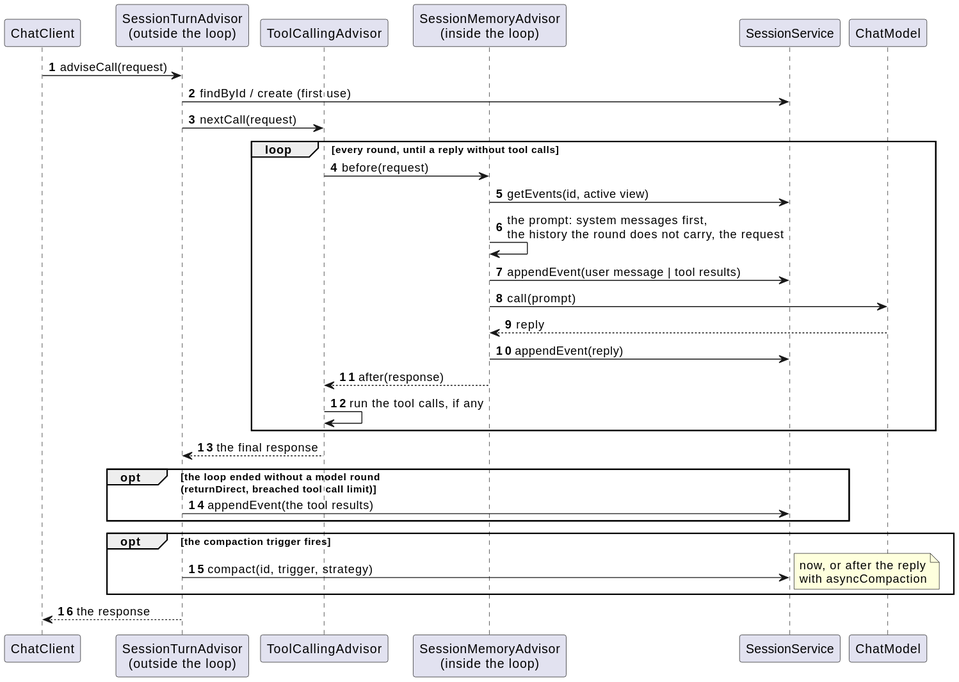
The PlantUML diagram spring-ai-docs/src/main/antora/modules/ROOT/images/session/session-chat-client-sequence.svg in spring-projects/spring-ai, before a commit.
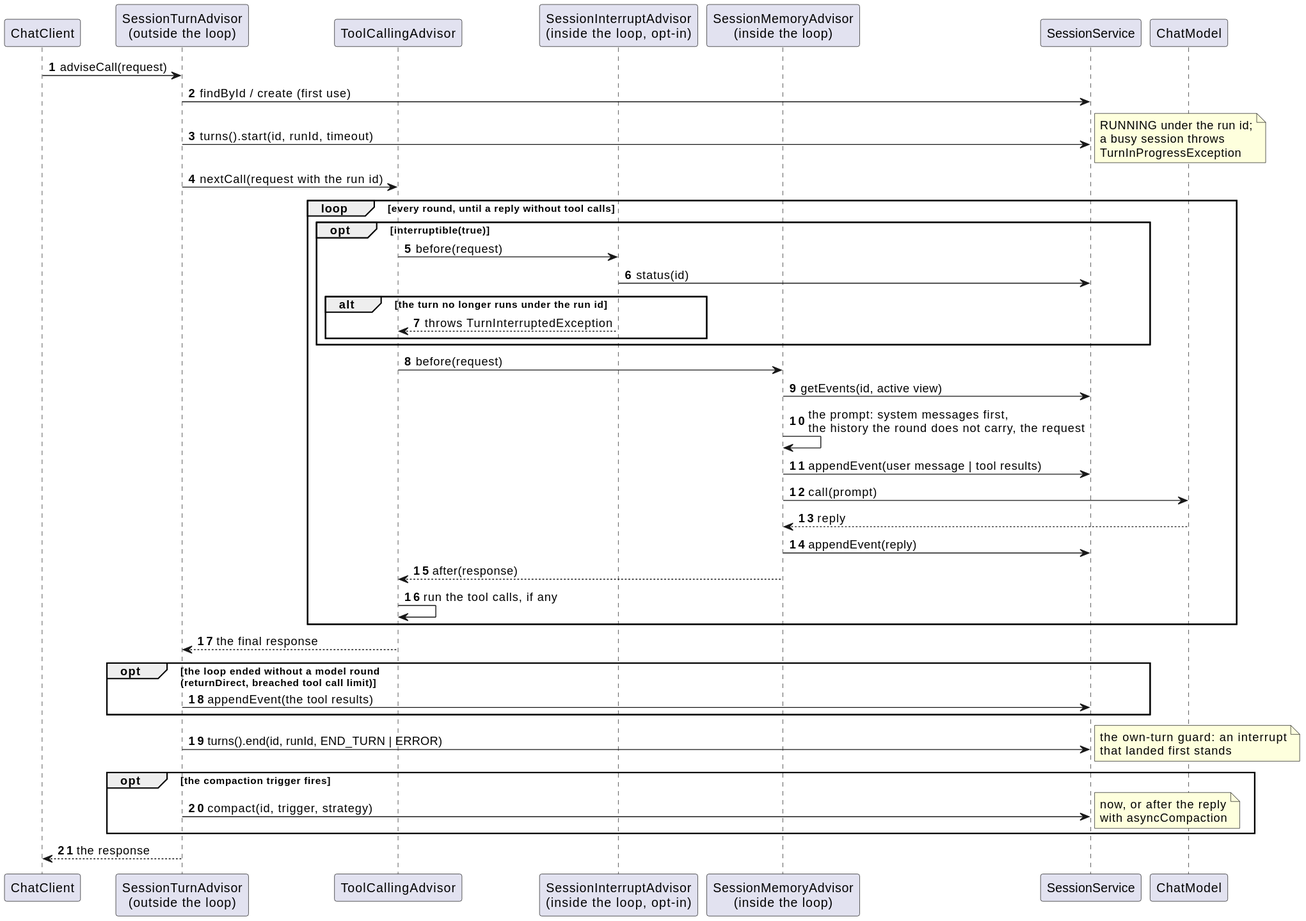
After the change.

Diff of the diagram source:
```diff
@@ -4,14 +4,24 @@
 participant "ChatClient" as Client
 participant "SessionTurnAdvisor\n(outside the loop)" as Turn
 participant "ToolCallingAdvisor" as Loop
+participant "SessionInterruptAdvisor\n(inside the loop, opt-in)" as Interrupt
 participant "SessionMemoryAdvisor\n(inside the loop)" as Memory
 participant SessionService as Svc
 participant ChatModel as Model
 
 Client -> Turn: adviseCall(request)
 Turn -> Svc: findById / create (first use)
-Turn -> Loop: nextCall(request)
+Turn -> Svc: turns().start(id, runId, timeout)
+note right: RUNNING under the run id;\na busy session throws\nTurnInProgressException
+Turn -> Loop: nextCall(request with the run id)
 loop every round, until a reply without tool calls
+  opt interruptible(true)
+    Loop -> Interrupt: before(request)
+    Interrupt -> Svc: status(id)
+    alt the turn no longer runs under the run id
+      Interrupt --> Loop: throws TurnInterruptedException
+    end
+  end
   Loop -> Memory: before(request)
   Memory -> Svc: getEvents(id, active view)
   Memory -> Memory: the prompt: system messages first,\nthe history the round does not carry, the request
@@ -26,6 +36,8 @@
 opt the loop ended without a model round\n(returnDirect, breached tool call limit)
   Turn -> Svc: appendEvent(the tool results)
 end
+Turn -> Svc: turns().end(id, runId, END_TURN | ERROR)
+note right: the own-turn guard: an interrupt\nthat landed first stands
 opt the compaction trigger fires
   Turn -> Svc: compact(id, trigger, strategy)
   note right: now, or after the reply\nwith asyncCompaction
```
